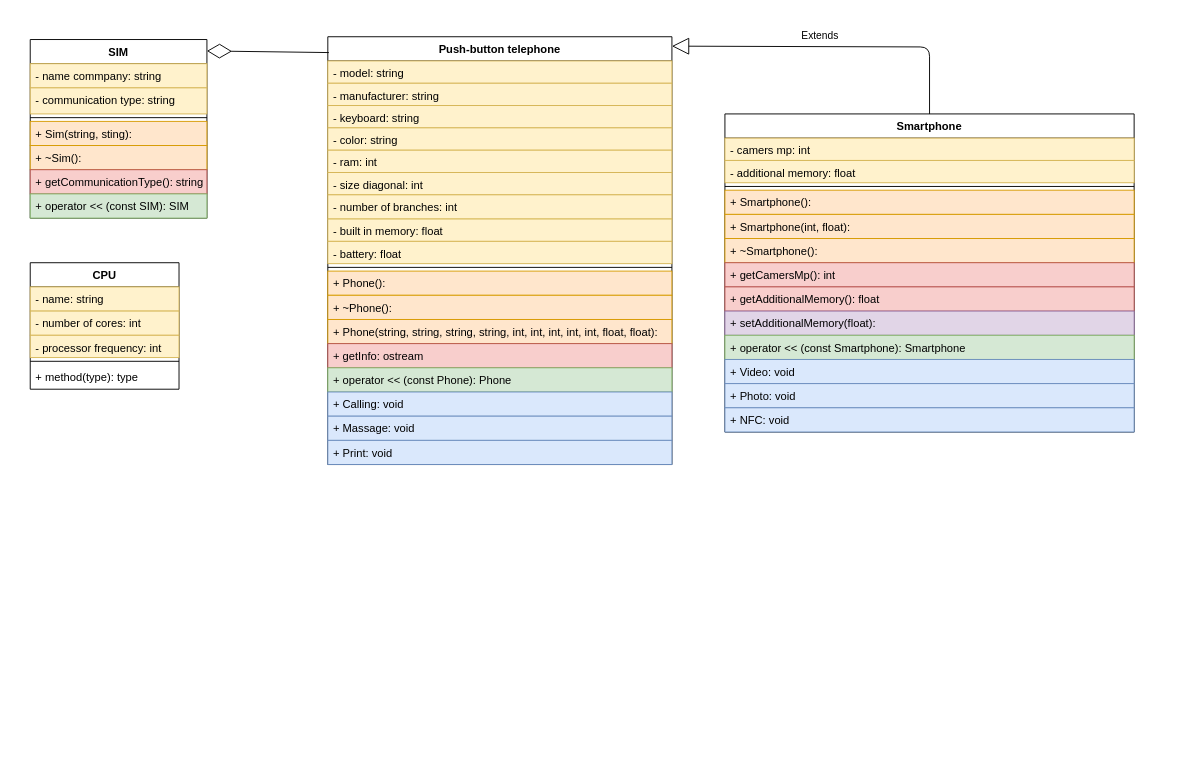
Above: CW2(Phone/Smartphone).drawio in Omlet144/UML (draw.io), before the change. Source tidied: cells renumbered, new cells numbered last; positions are measured from the earlier drawing's top-left corner, leaving out a move shared by most shapes. Both pictures are drawn from the tidied source at 93%, with x=0, y=0 at pixel (30, 36).
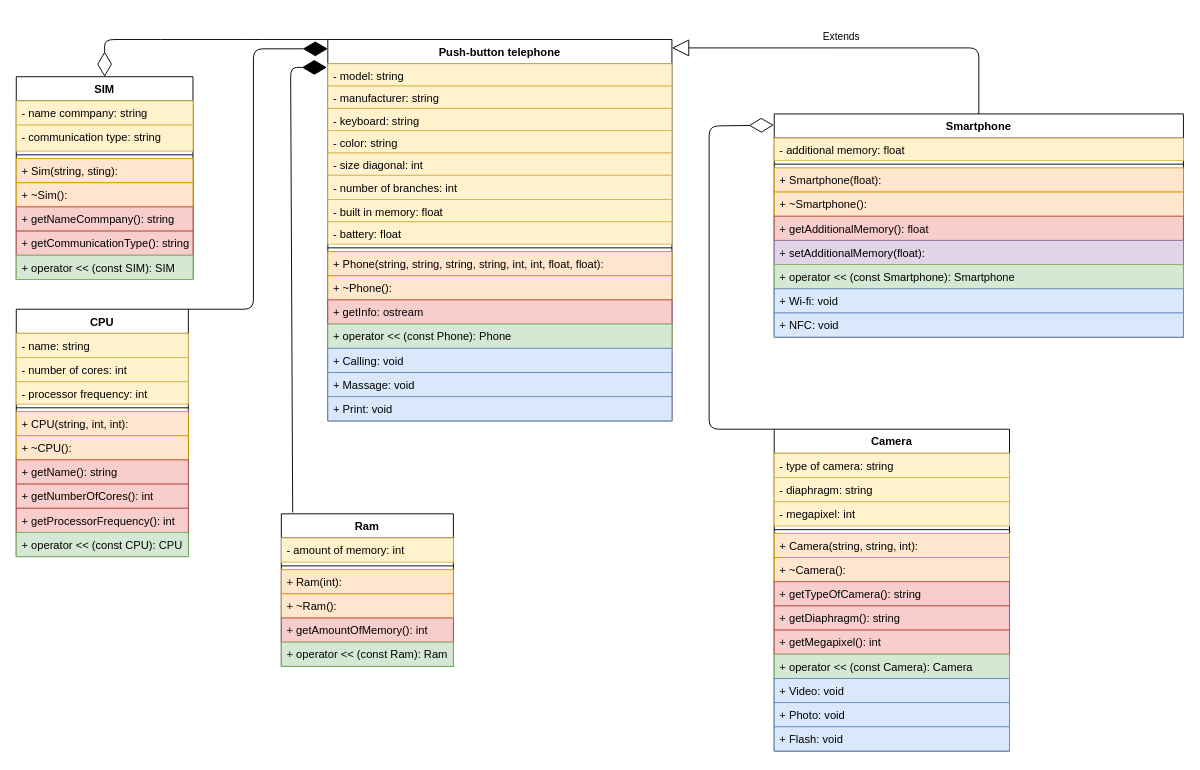
The same diagram, later.

Change to the diagram source:
```diff
@@
     <mxCell id="2" value="Push-button telephone" style="swimlane;fontStyle=1;align=center;verticalAlign=top;horizontal=1;startSize=26;" parent="1" vertex="1">
-      <mxGeometry x="320" width="370" height="460" as="geometry" />
+      <mxGeometry x="320" y="3" width="370" height="410" as="geometry" />
     </mxCell>
@@
-    <mxCell id="7" value="- ram: int" style="text;strokeColor=#d6b656;fillColor=#fff2cc;align=left;verticalAlign=top;spacingLeft=4;spacingRight=4;overflow=hidden;" parent="2" vertex="1">
-      <mxGeometry y="122" width="370" height="24" as="geometry" />
-    </mxCell>
     <mxCell id="8" value="- size diagonal: int" style="text;strokeColor=#d6b656;fillColor=#fff2cc;align=left;verticalAlign=top;spacingLeft=4;spacingRight=4;overflow=hidden;" parent="2" vertex="1">
-      <mxGeometry y="146" width="370" height="24" as="geometry" />
+      <mxGeometry y="122" width="370" height="24" as="geometry" />
     </mxCell>
     <mxCell id="9" value="- number of branches: int" style="text;strokeColor=#d6b656;fillColor=#fff2cc;align=left;verticalAlign=top;spacingLeft=4;spacingRight=4;overflow=hidden;" parent="2" vertex="1">
-      <mxGeometry y="170" width="370" height="26" as="geometry" />
+      <mxGeometry y="146" width="370" height="26" as="geometry" />
     </mxCell>
     <mxCell id="10" value="- built in memory: float" style="text;strokeColor=#d6b656;fillColor=#fff2cc;align=left;verticalAlign=top;spacingLeft=4;spacingRight=4;overflow=hidden;" parent="2" vertex="1">
-      <mxGeometry y="196" width="370" height="24" as="geometry" />
+      <mxGeometry y="172" width="370" height="24" as="geometry" />
     </mxCell>
     <mxCell id="11" value="- battery: float" style="text;strokeColor=#d6b656;fillColor=#fff2cc;align=left;verticalAlign=top;spacingLeft=4;spacingRight=4;overflow=hidden;" parent="2" vertex="1">
-      <mxGeometry y="220" width="370" height="24" as="geometry" />
+      <mxGeometry y="196" width="370" height="24" as="geometry" />
     </mxCell>
     <mxCell id="12" style="line;strokeWidth=1;fillColor=none;align=left;verticalAlign=middle;spacingTop=-1;spacingLeft=3;spacingRight=3;labelPosition=right;" parent="2" vertex="1">
-      <mxGeometry y="244" width="370" height="8" as="geometry" />
+      <mxGeometry y="220" width="370" height="8" as="geometry" />
     </mxCell>
-    <mxCell id="13" value="+ Phone():" style="text;strokeColor=#d79b00;fillColor=#ffe6cc;align=left;verticalAlign=top;spacingLeft=4;spacingRight=4;overflow=hidden;" parent="2" vertex="1">
-      <mxGeometry y="252" width="370" height="26" as="geometry" />
-    </mxCell>
+    <mxCell id="15" value="+ Phone(string, string, string, string, int, int, float, float):" style="text;strokeColor=#d79b00;fillColor=#ffe6cc;align=left;verticalAlign=top;spacingLeft=4;spacingRight=4;overflow=hidden;" parent="2" vertex="1">
+      <mxGeometry y="228" width="370" height="26" as="geometry" />
+    </mxCell>
     <mxCell id="14" value="+ ~Phone():" style="text;strokeColor=#d79b00;fillColor=#ffe6cc;align=left;verticalAlign=top;spacingLeft=4;spacingRight=4;overflow=hidden;" parent="2" vertex="1">
-      <mxGeometry y="278" width="370" height="26" as="geometry" />
+      <mxGeometry y="254" width="370" height="26" as="geometry" />
     </mxCell>
-    <mxCell id="15" value="+ Phone(string, string, string, string, int, int, int, int, int, float, float):" style="text;strokeColor=#d79b00;fillColor=#ffe6cc;align=left;verticalAlign=top;spacingLeft=4;spacingRight=4;overflow=hidden;" parent="2" vertex="1">
-      <mxGeometry y="304" width="370" height="26" as="geometry" />
-    </mxCell>
     <mxCell id="16" value="+ getInfo: ostream" style="text;strokeColor=#b85450;fillColor=#f8cecc;align=left;verticalAlign=top;spacingLeft=4;spacingRight=4;overflow=hidden;" parent="2" vertex="1">
-      <mxGeometry y="330" width="370" height="26" as="geometry" />
+      <mxGeometry y="280" width="370" height="26" as="geometry" />
     </mxCell>
     <mxCell id="17" value="+ operator &lt;&lt; (const Phone): Phone" style="text;strokeColor=#82b366;fillColor=#d5e8d4;align=left;verticalAlign=top;spacingLeft=4;spacingRight=4;overflow=hidden;" parent="2" vertex="1">
-      <mxGeometry y="356" width="370" height="26" as="geometry" />
+      <mxGeometry y="306" width="370" height="26" as="geometry" />
     </mxCell>
     <mxCell id="18" value="+ Calling: void" style="text;strokeColor=#6c8ebf;fillColor=#dae8fc;align=left;verticalAlign=top;spacingLeft=4;spacingRight=4;overflow=hidden;" parent="2" vertex="1">
-      <mxGeometry y="382" width="370" height="26" as="geometry" />
+      <mxGeometry y="332" width="370" height="26" as="geometry" />
     </mxCell>
     <mxCell id="19" value="+ Massage: void" style="text;strokeColor=#6c8ebf;fillColor=#dae8fc;align=left;verticalAlign=top;spacingLeft=4;spacingRight=4;overflow=hidden;" parent="2" vertex="1">
-      <mxGeometry y="408" width="370" height="26" as="geometry" />
+      <mxGeometry y="358" width="370" height="26" as="geometry" />
     </mxCell>
     <mxCell id="20" value="+ Print: void" style="text;strokeColor=#6c8ebf;fillColor=#dae8fc;align=left;verticalAlign=top;spacingLeft=4;spacingRight=4;overflow=hidden;" parent="2" vertex="1">
-      <mxGeometry y="434" width="370" height="26" as="geometry" />
+      <mxGeometry y="384" width="370" height="26" as="geometry" />
     </mxCell>
     <mxCell id="21" value="Extends" style="endArrow=block;endSize=16;endFill=0;html=1;entryX=1;entryY=0.022;entryDx=0;entryDy=0;entryPerimeter=0;exitX=0.5;exitY=0;exitDx=0;exitDy=0;" parent="1" edge="1" source="22" target="2">
       <mxGeometry x="0.09" y="-12" relative="1" as="geometry">
         <Array as="points">
-          <mxPoint x="967" y="11" />
+          <mxPoint x="1020" y="12" />
         </Array>
       </mxGeometry>
     </mxCell>
     <mxCell id="22" value="Smartphone" style="swimlane;fontStyle=1;align=center;verticalAlign=top;horizontal=1;startSize=26;" parent="1" vertex="1">
-      <mxGeometry x="747" y="83" width="440" height="342" as="geometry" />
+      <mxGeometry x="800" y="83" width="440" height="240" as="geometry" />
     </mxCell>
-    <mxCell id="23" value="- camers mp: int" style="text;strokeColor=#d6b656;fillColor=#fff2cc;align=left;verticalAlign=top;spacingLeft=4;spacingRight=4;overflow=hidden;" parent="22" vertex="1">
-      <mxGeometry y="26" width="440" height="24" as="geometry" />
-    </mxCell>
     <mxCell id="24" value="- additional memory: float" style="text;strokeColor=#d6b656;fillColor=#fff2cc;align=left;verticalAlign=top;spacingLeft=4;spacingRight=4;overflow=hidden;" parent="22" vertex="1">
-      <mxGeometry y="50" width="440" height="24" as="geometry" />
+      <mxGeometry y="26" width="440" height="24" as="geometry" />
     </mxCell>
     <mxCell id="25" style="line;strokeWidth=1;fillColor=none;align=left;verticalAlign=middle;spacingTop=-1;spacingLeft=3;spacingRight=3;labelPosition=right;" parent="22" vertex="1">
-      <mxGeometry y="74" width="440" height="8" as="geometry" />
+      <mxGeometry y="50" width="440" height="8" as="geometry" />
     </mxCell>
-    <mxCell id="26" value="+ Smartphone():" style="text;strokeColor=#d79b00;fillColor=#ffe6cc;align=left;verticalAlign=top;spacingLeft=4;spacingRight=4;overflow=hidden;" parent="22" vertex="1">
-      <mxGeometry y="82" width="440" height="26" as="geometry" />
-    </mxCell>
-    <mxCell id="27" value="+ Smartphone(int, float):" style="text;strokeColor=#d79b00;fillColor=#ffe6cc;align=left;verticalAlign=top;spacingLeft=4;spacingRight=4;overflow=hidden;" parent="22" vertex="1">
-      <mxGeometry y="108" width="440" height="26" as="geometry" />
+    <mxCell id="27" value="+ Smartphone(float):" style="text;strokeColor=#d79b00;fillColor=#ffe6cc;align=left;verticalAlign=top;spacingLeft=4;spacingRight=4;overflow=hidden;" parent="22" vertex="1">
+      <mxGeometry y="58" width="440" height="26" as="geometry" />
     </mxCell>
     <mxCell id="28" value="+ ~Smartphone():" style="text;strokeColor=#d79b00;fillColor=#ffe6cc;align=left;verticalAlign=top;spacingLeft=4;spacingRight=4;overflow=hidden;" parent="22" vertex="1">
-      <mxGeometry y="134" width="440" height="26" as="geometry" />
+      <mxGeometry y="84" width="440" height="26" as="geometry" />
     </mxCell>
-    <mxCell id="29" value="+ getCamersMp(): int " style="text;strokeColor=#b85450;fillColor=#f8cecc;align=left;verticalAlign=top;spacingLeft=4;spacingRight=4;overflow=hidden;" parent="22" vertex="1">
-      <mxGeometry y="160" width="440" height="26" as="geometry" />
-    </mxCell>
     <mxCell id="30" value="+ getAdditionalMemory(): float" style="text;strokeColor=#b85450;fillColor=#f8cecc;align=left;verticalAlign=top;spacingLeft=4;spacingRight=4;overflow=hidden;" parent="22" vertex="1">
-      <mxGeometry y="186" width="440" height="26" as="geometry" />
+      <mxGeometry y="110" width="440" height="26" as="geometry" />
     </mxCell>
     <mxCell id="31" value="+ setAdditionalMemory(float): " style="text;strokeColor=#9673a6;fillColor=#e1d5e7;align=left;verticalAlign=top;spacingLeft=4;spacingRight=4;overflow=hidden;" parent="22" vertex="1">
-      <mxGeometry y="212" width="440" height="26" as="geometry" />
+      <mxGeometry y="136" width="440" height="26" as="geometry" />
     </mxCell>
     <mxCell id="32" value="+ operator &lt;&lt; (const Smartphone): Smartphone" style="text;strokeColor=#82b366;fillColor=#d5e8d4;align=left;verticalAlign=top;spacingLeft=4;spacingRight=4;overflow=hidden;" parent="22" vertex="1">
-      <mxGeometry y="238" width="440" height="26" as="geometry" />
+      <mxGeometry y="162" width="440" height="26" as="geometry" />
     </mxCell>
-    <mxCell id="33" value="+ Video: void" style="text;strokeColor=#6c8ebf;fillColor=#dae8fc;align=left;verticalAlign=top;spacingLeft=4;spacingRight=4;overflow=hidden;" parent="22" vertex="1">
-      <mxGeometry y="264" width="440" height="26" as="geometry" />
-    </mxCell>
-    <mxCell id="34" value="+ Photo: void" style="text;strokeColor=#6c8ebf;fillColor=#dae8fc;align=left;verticalAlign=top;spacingLeft=4;spacingRight=4;overflow=hidden;" parent="22" vertex="1">
-      <mxGeometry y="290" width="440" height="26" as="geometry" />
-    </mxCell>
+    <mxCell id="51" value="+ Wi-fi: void" style="text;strokeColor=#6c8ebf;fillColor=#dae8fc;align=left;verticalAlign=top;spacingLeft=4;spacingRight=4;overflow=hidden;" parent="22" vertex="1">
+      <mxGeometry y="188" width="440" height="26" as="geometry" />
+    </mxCell>
     <mxCell id="35" value="+ NFC: void" style="text;strokeColor=#6c8ebf;fillColor=#dae8fc;align=left;verticalAlign=top;spacingLeft=4;spacingRight=4;overflow=hidden;" parent="22" vertex="1">
-      <mxGeometry y="316" width="440" height="26" as="geometry" />
+      <mxGeometry y="214" width="440" height="26" as="geometry" />
     </mxCell>
     <mxCell id="36" value="SIM" style="swimlane;fontStyle=1;align=center;verticalAlign=top;horizontal=1;startSize=26;" parent="1" vertex="1">
-      <mxGeometry y="3" width="190" height="192" as="geometry" />
+      <mxGeometry x="-15" y="43" width="190" height="218" as="geometry" />
     </mxCell>
@@
-    <mxCell id="42" value="+ getCommunicationType(): string" style="text;strokeColor=#b85450;fillColor=#f8cecc;align=left;verticalAlign=top;spacingLeft=4;spacingRight=4;overflow=hidden;" parent="36" vertex="1">
+    <mxCell id="42" value="+ getNameCommpany(): string" style="text;strokeColor=#b85450;fillColor=#f8cecc;align=left;verticalAlign=top;spacingLeft=4;spacingRight=4;overflow=hidden;" parent="36" vertex="1">
       <mxGeometry y="140" width="190" height="26" as="geometry" />
     </mxCell>
+    <mxCell id="52" value="+ getCommunicationType(): string" style="text;strokeColor=#b85450;fillColor=#f8cecc;align=left;verticalAlign=top;spacingLeft=4;spacingRight=4;overflow=hidden;" parent="36" vertex="1">
+      <mxGeometry y="166" width="190" height="26" as="geometry" />
+    </mxCell>
     <mxCell id="43" value="+ operator &lt;&lt; (const SIM): SIM" style="text;strokeColor=#82b366;fillColor=#d5e8d4;align=left;verticalAlign=top;spacingLeft=4;spacingRight=4;overflow=hidden;" parent="36" vertex="1">
-      <mxGeometry y="166" width="190" height="26" as="geometry" />
+      <mxGeometry y="192" width="190" height="26" as="geometry" />
     </mxCell>
-    <mxCell id="44" style="endArrow=diamondThin;endFill=0;endSize=24;html=1;exitX=0.003;exitY=0.037;exitDx=0;exitDy=0;exitPerimeter=0;entryX=1;entryY=0.064;entryDx=0;entryDy=0;entryPerimeter=0;" parent="1" edge="1" source="2" target="36">
-      <mxGeometry relative="1" as="geometry" />
+    <mxCell id="44" style="endArrow=diamondThin;endFill=0;endSize=24;html=1;exitX=0;exitY=0;exitDx=0;exitDy=0;entryX=0.5;entryY=0;entryDx=0;entryDy=0;" parent="1" edge="1" source="2" target="36">
+      <mxGeometry relative="1" as="geometry">
+        <Array as="points">
+          <mxPoint x="240" y="3" />
+          <mxPoint x="150" y="3" />
+          <mxPoint x="80" y="3" />
+        </Array>
+      </mxGeometry>
     </mxCell>
     <mxCell id="45" value="CPU" style="swimlane;fontStyle=1;align=center;verticalAlign=top;horizontal=1;startSize=26;" parent="1" vertex="1">
-      <mxGeometry y="243" width="160" height="136" as="geometry" />
+      <mxGeometry x="-15" y="293" width="185" height="266" as="geometry" />
     </mxCell>
     <mxCell id="46" value="- name: string" style="text;strokeColor=#d6b656;fillColor=#fff2cc;align=left;verticalAlign=top;spacingLeft=4;spacingRight=4;overflow=hidden;" parent="45" vertex="1">
-      <mxGeometry y="26" width="160" height="26" as="geometry" />
+      <mxGeometry y="26" width="185" height="26" as="geometry" />
     </mxCell>
     <mxCell id="47" value="- number of cores: int" style="text;strokeColor=#d6b656;fillColor=#fff2cc;align=left;verticalAlign=top;spacingLeft=4;spacingRight=4;overflow=hidden;" parent="45" vertex="1">
-      <mxGeometry y="52" width="160" height="26" as="geometry" />
+      <mxGeometry y="52" width="185" height="26" as="geometry" />
     </mxCell>
     <mxCell id="48" value="- processor frequency: int" style="text;strokeColor=#d6b656;fillColor=#fff2cc;align=left;verticalAlign=top;spacingLeft=4;spacingRight=4;overflow=hidden;" parent="45" vertex="1">
-      <mxGeometry y="78" width="160" height="24" as="geometry" />
+      <mxGeometry y="78" width="185" height="24" as="geometry" />
     </mxCell>
     <mxCell id="49" style="line;strokeWidth=1;fillColor=none;align=left;verticalAlign=middle;spacingTop=-1;spacingLeft=3;spacingRight=3;labelPosition=right;" parent="45" vertex="1">
-      <mxGeometry y="102" width="160" height="8" as="geometry" />
+      <mxGeometry y="102" width="185" height="8" as="geometry" />
     </mxCell>
-    <mxCell id="50" value="+ method(type): type" style="text;strokeColor=none;fillColor=none;align=left;verticalAlign=top;spacingLeft=4;spacingRight=4;overflow=hidden;" parent="45" vertex="1">
-      <mxGeometry y="110" width="160" height="26" as="geometry" />
-    </mxCell>
+    <mxCell id="53" value="+ CPU(string, int, int):" style="text;strokeColor=#d79b00;fillColor=#ffe6cc;align=left;verticalAlign=top;spacingLeft=4;spacingRight=4;overflow=hidden;" parent="45" vertex="1">
+      <mxGeometry y="110" width="185" height="26" as="geometry" />
+    </mxCell>
+    <mxCell id="54" value="+ ~CPU():" style="text;strokeColor=#d79b00;fillColor=#ffe6cc;align=left;verticalAlign=top;spacingLeft=4;spacingRight=4;overflow=hidden;" parent="45" vertex="1">
+      <mxGeometry y="136" width="185" height="26" as="geometry" />
+    </mxCell>
+    <mxCell id="55" value="+ getName(): string" style="text;strokeColor=#b85450;fillColor=#f8cecc;align=left;verticalAlign=top;spacingLeft=4;spacingRight=4;overflow=hidden;" parent="45" vertex="1">
+      <mxGeometry y="162" width="185" height="26" as="geometry" />
+    </mxCell>
+    <mxCell id="56" value="+ getNumberOfCores(): int" style="text;strokeColor=#b85450;fillColor=#f8cecc;align=left;verticalAlign=top;spacingLeft=4;spacingRight=4;overflow=hidden;" parent="45" vertex="1">
+      <mxGeometry y="188" width="185" height="26" as="geometry" />
+    </mxCell>
+    <mxCell id="57" value="+ getProcessorFrequency(): int" style="text;strokeColor=#b85450;fillColor=#f8cecc;align=left;verticalAlign=top;spacingLeft=4;spacingRight=4;overflow=hidden;" parent="45" vertex="1">
+      <mxGeometry y="214" width="185" height="26" as="geometry" />
+    </mxCell>
+    <mxCell id="58" value="+ operator &lt;&lt; (const CPU): CPU" style="text;strokeColor=#82b366;fillColor=#d5e8d4;align=left;verticalAlign=top;spacingLeft=4;spacingRight=4;overflow=hidden;" parent="45" vertex="1">
+      <mxGeometry y="240" width="185" height="26" as="geometry" />
+    </mxCell>
+    <mxCell id="59" style="endArrow=diamondThin;endFill=1;endSize=24;html=1;exitX=1;exitY=0;exitDx=0;exitDy=0;" parent="1" edge="1" source="45">
+      <mxGeometry relative="1" as="geometry">
+        <mxPoint x="320" y="13" as="targetPoint" />
+        <Array as="points">
+          <mxPoint x="240" y="293" />
+          <mxPoint x="240" y="13" />
+        </Array>
+      </mxGeometry>
+    </mxCell>
+    <mxCell id="60" value="Ram" style="swimlane;fontStyle=1;align=center;verticalAlign=top;horizontal=1;startSize=26;" parent="1" vertex="1">
+      <mxGeometry x="270" y="513" width="185" height="164" as="geometry" />
+    </mxCell>
+    <mxCell id="61" value="- amount of memory: int" style="text;strokeColor=#d6b656;fillColor=#fff2cc;align=left;verticalAlign=top;spacingLeft=4;spacingRight=4;overflow=hidden;" parent="60" vertex="1">
+      <mxGeometry y="26" width="185" height="26" as="geometry" />
+    </mxCell>
+    <mxCell id="62" style="line;strokeWidth=1;fillColor=none;align=left;verticalAlign=middle;spacingTop=-1;spacingLeft=3;spacingRight=3;labelPosition=right;" parent="60" vertex="1">
+      <mxGeometry y="52" width="185" height="8" as="geometry" />
+    </mxCell>
+    <mxCell id="63" value="+ Ram(int):" style="text;strokeColor=#d79b00;fillColor=#ffe6cc;align=left;verticalAlign=top;spacingLeft=4;spacingRight=4;overflow=hidden;" parent="60" vertex="1">
+      <mxGeometry y="60" width="185" height="26" as="geometry" />
+    </mxCell>
+    <mxCell id="64" value="+ ~Ram():" style="text;strokeColor=#d79b00;fillColor=#ffe6cc;align=left;verticalAlign=top;spacingLeft=4;spacingRight=4;overflow=hidden;" parent="60" vertex="1">
+      <mxGeometry y="86" width="185" height="26" as="geometry" />
+    </mxCell>
+    <mxCell id="65" value="+ getAmountOfMemory(): int" style="text;strokeColor=#b85450;fillColor=#f8cecc;align=left;verticalAlign=top;spacingLeft=4;spacingRight=4;overflow=hidden;" parent="60" vertex="1">
+      <mxGeometry y="112" width="185" height="26" as="geometry" />
+    </mxCell>
+    <mxCell id="66" value="+ operator &lt;&lt; (const Ram): Ram" style="text;strokeColor=#82b366;fillColor=#d5e8d4;align=left;verticalAlign=top;spacingLeft=4;spacingRight=4;overflow=hidden;" parent="60" vertex="1">
+      <mxGeometry y="138" width="185" height="26" as="geometry" />
+    </mxCell>
+    <mxCell id="67" style="endArrow=diamondThin;endFill=1;endSize=24;html=1;exitX=0.066;exitY=-0.009;exitDx=0;exitDy=0;exitPerimeter=0;" parent="1" edge="1" source="60">
+      <mxGeometry relative="1" as="geometry">
+        <mxPoint x="319" y="33" as="targetPoint" />
+        <Array as="points">
+          <mxPoint x="280" y="33" />
+        </Array>
+      </mxGeometry>
+    </mxCell>
+    <mxCell id="68" value="Camera" style="swimlane;fontStyle=1;align=center;verticalAlign=top;horizontal=1;startSize=26;" parent="1" vertex="1">
+      <mxGeometry x="800" y="422" width="253" height="346" as="geometry" />
+    </mxCell>
+    <mxCell id="69" value="- type of camera: string" style="text;strokeColor=#d6b656;fillColor=#fff2cc;align=left;verticalAlign=top;spacingLeft=4;spacingRight=4;overflow=hidden;" parent="68" vertex="1">
+      <mxGeometry y="26" width="253" height="26" as="geometry" />
+    </mxCell>
+    <mxCell id="70" value="- diaphragm: string" style="text;strokeColor=#d6b656;fillColor=#fff2cc;align=left;verticalAlign=top;spacingLeft=4;spacingRight=4;overflow=hidden;" parent="68" vertex="1">
+      <mxGeometry y="52" width="253" height="26" as="geometry" />
+    </mxCell>
+    <mxCell id="71" value="- megapixel: int" style="text;strokeColor=#d6b656;fillColor=#fff2cc;align=left;verticalAlign=top;spacingLeft=4;spacingRight=4;overflow=hidden;" parent="68" vertex="1">
+      <mxGeometry y="78" width="253" height="26" as="geometry" />
+    </mxCell>
+    <mxCell id="72" style="line;strokeWidth=1;fillColor=none;align=left;verticalAlign=middle;spacingTop=-1;spacingLeft=3;spacingRight=3;labelPosition=right;" parent="68" vertex="1">
+      <mxGeometry y="104" width="253" height="8" as="geometry" />
+    </mxCell>
+    <mxCell id="73" value="+ Camera(string, string, int):" style="text;strokeColor=#d79b00;fillColor=#ffe6cc;align=left;verticalAlign=top;spacingLeft=4;spacingRight=4;overflow=hidden;" parent="68" vertex="1">
+      <mxGeometry y="112" width="253" height="26" as="geometry" />
+    </mxCell>
+    <mxCell id="74" value="+ ~Camera():" style="text;strokeColor=#d79b00;fillColor=#ffe6cc;align=left;verticalAlign=top;spacingLeft=4;spacingRight=4;overflow=hidden;" parent="68" vertex="1">
+      <mxGeometry y="138" width="253" height="26" as="geometry" />
+    </mxCell>
+    <mxCell id="75" value="+ getTypeOfCamera(): string" style="text;strokeColor=#b85450;fillColor=#f8cecc;align=left;verticalAlign=top;spacingLeft=4;spacingRight=4;overflow=hidden;" parent="68" vertex="1">
+      <mxGeometry y="164" width="253" height="26" as="geometry" />
+    </mxCell>
+    <mxCell id="76" value="+ getDiaphragm(): string" style="text;strokeColor=#b85450;fillColor=#f8cecc;align=left;verticalAlign=top;spacingLeft=4;spacingRight=4;overflow=hidden;" parent="68" vertex="1">
+      <mxGeometry y="190" width="253" height="26" as="geometry" />
+    </mxCell>
+    <mxCell id="77" value="+ getMegapixel(): int" style="text;strokeColor=#b85450;fillColor=#f8cecc;align=left;verticalAlign=top;spacingLeft=4;spacingRight=4;overflow=hidden;" parent="68" vertex="1">
+      <mxGeometry y="216" width="253" height="26" as="geometry" />
+    </mxCell>
+    <mxCell id="78" value="+ operator &lt;&lt; (const Camera): Camera" style="text;strokeColor=#82b366;fillColor=#d5e8d4;align=left;verticalAlign=top;spacingLeft=4;spacingRight=4;overflow=hidden;" parent="68" vertex="1">
+      <mxGeometry y="242" width="253" height="26" as="geometry" />
+    </mxCell>
+    <mxCell id="33" value="+ Video: void" style="text;strokeColor=#6c8ebf;fillColor=#dae8fc;align=left;verticalAlign=top;spacingLeft=4;spacingRight=4;overflow=hidden;" parent="68" vertex="1">
+      <mxGeometry y="268" width="253" height="26" as="geometry" />
+    </mxCell>
+    <mxCell id="34" value="+ Photo: void" style="text;strokeColor=#6c8ebf;fillColor=#dae8fc;align=left;verticalAlign=top;spacingLeft=4;spacingRight=4;overflow=hidden;" parent="68" vertex="1">
+      <mxGeometry y="294" width="253" height="26" as="geometry" />
+    </mxCell>
+    <mxCell id="79" value="+ Flash: void" style="text;strokeColor=#6c8ebf;fillColor=#dae8fc;align=left;verticalAlign=top;spacingLeft=4;spacingRight=4;overflow=hidden;" parent="68" vertex="1">
+      <mxGeometry y="320" width="253" height="26" as="geometry" />
+    </mxCell>
+    <mxCell id="80" style="endArrow=diamondThin;endFill=0;endSize=24;html=1;exitX=0;exitY=0;exitDx=0;exitDy=0;entryX=-0.001;entryY=0.05;entryDx=0;entryDy=0;entryPerimeter=0;" parent="1" edge="1" source="68" target="22">
+      <mxGeometry relative="1" as="geometry">
+        <Array as="points">
+          <mxPoint x="730" y="422" />
+          <mxPoint x="730" y="263" />
+          <mxPoint x="730" y="96" />
+        </Array>
+      </mxGeometry>
+    </mxCell>
```
